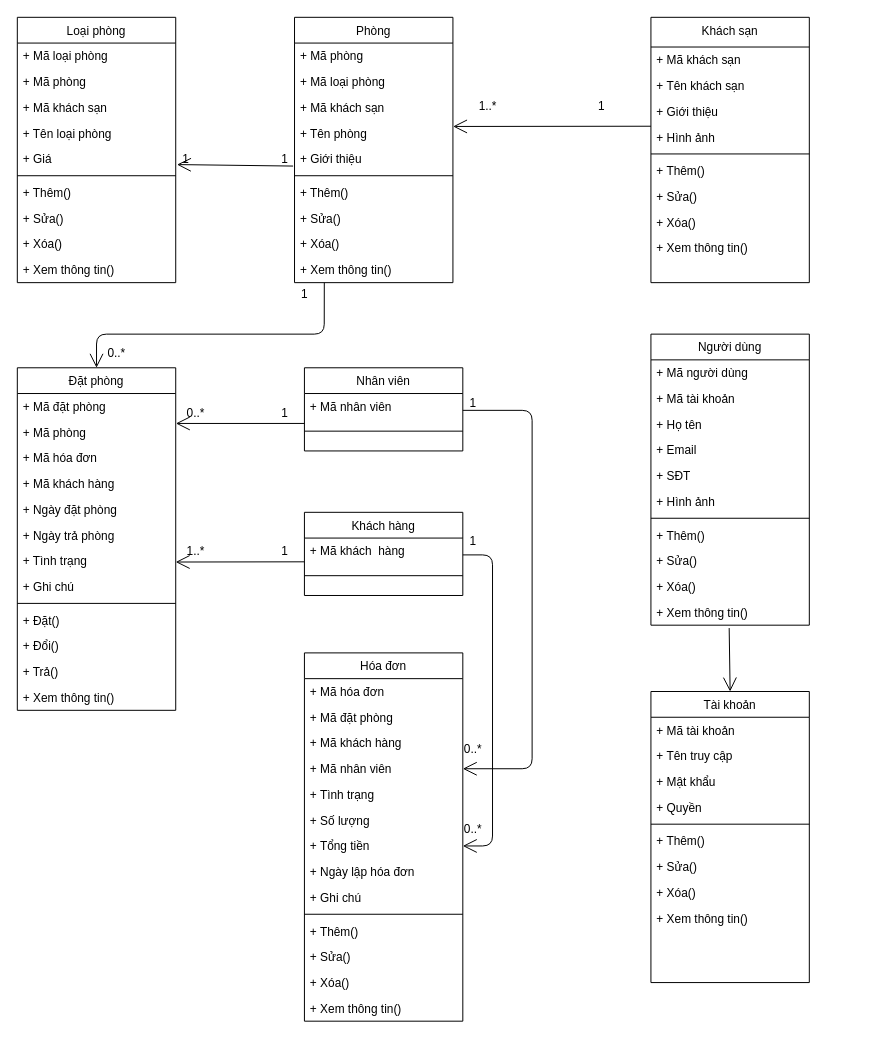
sil-main-coo/classrooms_manager keeps this draw.io diagram as QLKS.drawio. Above is the earlier version. Source tidied: cells renumbered, new cells numbered last; positions are measured from the earlier drawing's top-left corner, leaving out a move shared by most shapes. Both pictures are drawn from the tidied source at 99%, with x=0, y=0 at pixel (17, 17).
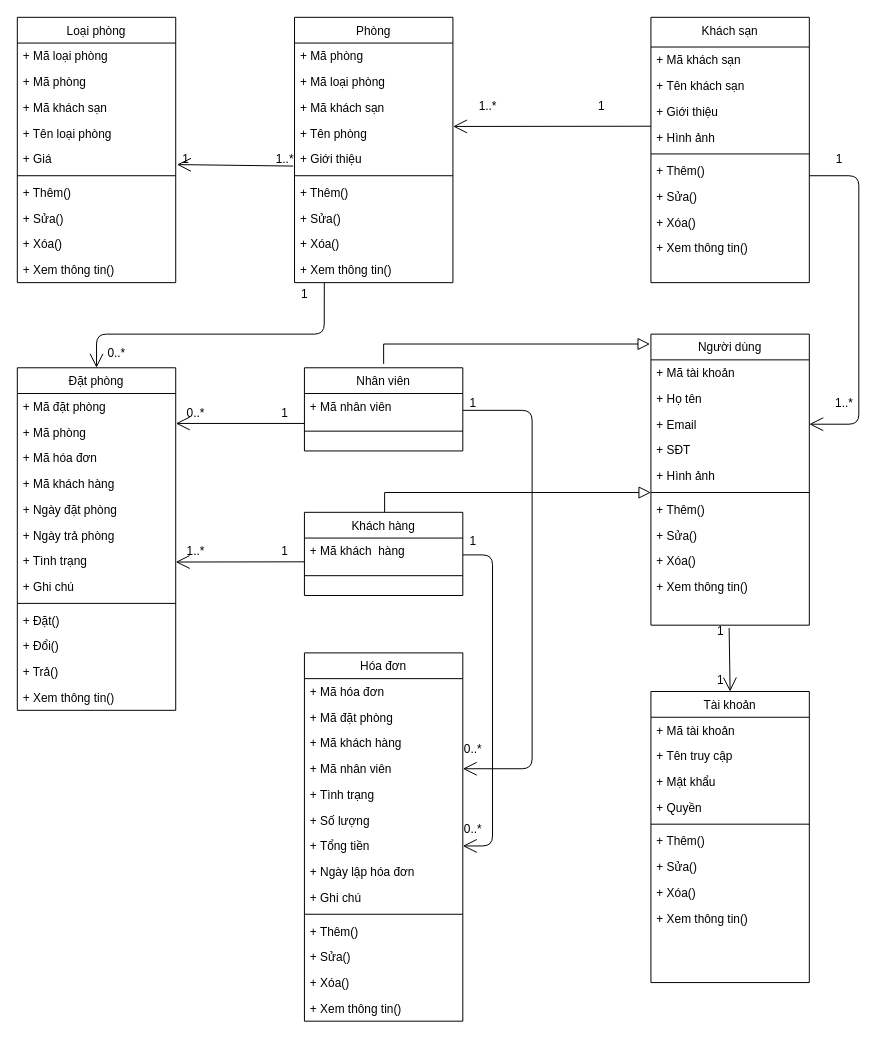
Above is the later version.

The change refers to these unchanged cells:
```xml
<mxCell id="49" value="Người dùng" style="swimlane;fontStyle=0;align=center;verticalAlign=top;horizontal=1;startSize=26;rounded=0;shadow=0;strokeWidth=1;" parent="1" vertex="1">
  <mxGeometry x="640" y="320" width="160" height="294" as="geometry" />
</mxCell>
<mxCell id="75" value="Tài khoản" style="swimlane;fontStyle=0;align=center;verticalAlign=top;horizontal=1;startSize=26;rounded=0;shadow=0;strokeWidth=1;" parent="1" vertex="1">
  <mxGeometry x="640" y="681" width="160" height="294" as="geometry" />
</mxCell>
```

What changed in the source:
```diff
@@
-    <mxCell id="50" value="+ Mã người dùng" style="text;align=left;verticalAlign=top;spacingLeft=4;spacingRight=4;overflow=hidden;" parent="49" vertex="1">
-      <mxGeometry y="26" width="160" height="26" as="geometry" />
-    </mxCell>
     <mxCell id="51" value="+ Mã tài khoản" style="text;align=left;verticalAlign=top;spacingLeft=4;spacingRight=4;overflow=hidden;" parent="49" vertex="1">
-      <mxGeometry y="52" width="160" height="26" as="geometry" />
+      <mxGeometry y="26" width="160" height="26" as="geometry" />
     </mxCell>
     <mxCell id="52" value="+ Họ tên" style="text;align=left;verticalAlign=top;spacingLeft=4;spacingRight=4;overflow=hidden;" parent="49" vertex="1">
-      <mxGeometry y="78" width="160" height="26" as="geometry" />
+      <mxGeometry y="52" width="160" height="26" as="geometry" />
     </mxCell>
     <mxCell id="53" value="+ Email" style="text;align=left;verticalAlign=top;spacingLeft=4;spacingRight=4;overflow=hidden;points=[[0,0.5],[1,0.5]];portConstraint=eastwest;rounded=0;shadow=0;html=0;" parent="49" vertex="1">
-      <mxGeometry y="104" width="160" height="26" as="geometry" />
+      <mxGeometry y="78" width="160" height="26" as="geometry" />
     </mxCell>
     <mxCell id="54" value="+ SĐT" style="text;align=left;verticalAlign=top;spacingLeft=4;spacingRight=4;overflow=hidden;rounded=0;shadow=0;html=0;" parent="49" vertex="1">
-      <mxGeometry y="130" width="160" height="26" as="geometry" />
+      <mxGeometry y="104" width="160" height="26" as="geometry" />
     </mxCell>
     <mxCell id="55" value="+ Hình ảnh" style="text;align=left;verticalAlign=top;spacingLeft=4;spacingRight=4;overflow=hidden;rounded=0;shadow=0;html=0;" parent="49" vertex="1">
-      <mxGeometry y="156" width="160" height="26" as="geometry" />
+      <mxGeometry y="130" width="160" height="26" as="geometry" />
     </mxCell>
     <mxCell id="56" style="line;html=1;strokeWidth=1;align=left;verticalAlign=middle;spacingTop=-1;spacingLeft=3;spacingRight=3;labelPosition=right;" parent="49" vertex="1">
-      <mxGeometry y="182" width="160" height="8" as="geometry" />
+      <mxGeometry y="156" width="160" height="8" as="geometry" />
     </mxCell>
     <mxCell id="57" value="+ Thêm()" style="text;align=left;verticalAlign=top;spacingLeft=4;spacingRight=4;overflow=hidden;" parent="49" vertex="1">
-      <mxGeometry y="190" width="160" height="26" as="geometry" />
+      <mxGeometry y="164" width="160" height="26" as="geometry" />
     </mxCell>
     <mxCell id="58" value="+ Sửa()" style="text;align=left;verticalAlign=top;spacingLeft=4;spacingRight=4;overflow=hidden;" parent="49" vertex="1">
-      <mxGeometry y="216" width="160" height="26" as="geometry" />
+      <mxGeometry y="190" width="160" height="26" as="geometry" />
     </mxCell>
     <mxCell id="59" value="+ Xóa()" style="text;align=left;verticalAlign=top;spacingLeft=4;spacingRight=4;overflow=hidden;" parent="49" vertex="1">
-      <mxGeometry y="242" width="160" height="26" as="geometry" />
+      <mxGeometry y="216" width="160" height="26" as="geometry" />
     </mxCell>
     <mxCell id="60" value="+ Xem thông tin()" style="text;align=left;verticalAlign=top;spacingLeft=4;spacingRight=4;overflow=hidden;points=[[0,0.5],[1,0.5]];portConstraint=eastwest;" parent="49" vertex="1">
-      <mxGeometry y="268" width="160" height="26" as="geometry" />
+      <mxGeometry y="242" width="160" height="26" as="geometry" />
     </mxCell>
@@
-    <mxCell id="95" value="1" style="text;html=1;align=center;verticalAlign=middle;strokeColor=none;fontColor=#000000;" parent="1" vertex="1">
-      <mxGeometry x="260" y="134" width="20" height="20" as="geometry" />
+    <mxCell id="95" value="1..*" style="text;html=1;align=center;verticalAlign=middle;strokeColor=none;fontColor=#000000;" parent="1" vertex="1">
+      <mxGeometry x="255" y="134" width="30" height="20" as="geometry" />
     </mxCell>
@@
-    <mxCell id="101" style="endArrow=open;endFill=1;endSize=12;html=1;labelBackgroundColor=#FF0000;fontColor=#000000;entryX=0.5;entryY=0;entryDx=0;entryDy=0;exitX=0.494;exitY=1.112;exitDx=0;exitDy=0;exitPerimeter=0;" parent="1" edge="1" source="60" target="75">
+    <mxCell id="101" style="endArrow=open;endFill=1;endSize=12;html=1;labelBackgroundColor=#FF0000;fontColor=#000000;entryX=0.5;entryY=0;entryDx=0;entryDy=0;exitX=0.95;exitY=0.345;exitDx=0;exitDy=0;exitPerimeter=0;" parent="1" edge="1" source="114" target="75">
       <mxGeometry relative="1" as="geometry" />
     </mxCell>
@@
+    <mxCell id="114" value="1" style="text;html=1;align=center;verticalAlign=middle;points=[];strokeColor=none;fontColor=#000000;" parent="1" vertex="1">
+      <mxGeometry x="700" y="610" width="20" height="20" as="geometry" />
+    </mxCell>
+    <mxCell id="115" value="1" style="text;html=1;align=center;verticalAlign=middle;strokeColor=none;fontColor=#000000;" parent="1" vertex="1">
+      <mxGeometry x="700" y="660" width="20" height="20" as="geometry" />
+    </mxCell>
+    <mxCell id="116" style="endArrow=block;endSize=10;endFill=0;shadow=0;strokeWidth=1;rounded=0;edgeStyle=elbowEdgeStyle;elbow=vertical;entryX=-0.006;entryY=0.031;entryDx=0;entryDy=0;entryPerimeter=0;" parent="1" edge="1" target="49">
+      <mxGeometry relative="1" as="geometry">
+        <mxPoint x="370" y="350" as="sourcePoint" />
+        <Array as="points">
+          <mxPoint x="510" y="330" />
+        </Array>
+      </mxGeometry>
+    </mxCell>
+    <mxCell id="117" style="endArrow=block;endSize=10;endFill=0;shadow=0;strokeWidth=1;rounded=0;edgeStyle=elbowEdgeStyle;elbow=vertical;entryX=-0.006;entryY=0.031;entryDx=0;entryDy=0;entryPerimeter=0;" parent="1" edge="1">
+      <mxGeometry relative="1" as="geometry">
+        <mxPoint x="371" y="500" as="sourcePoint" />
+        <mxPoint x="640" y="479.1" as="targetPoint" />
+        <Array as="points">
+          <mxPoint x="511" y="480" />
+        </Array>
+      </mxGeometry>
+    </mxCell>
+    <mxCell id="118" style="endArrow=open;endFill=1;endSize=12;html=1;labelBackgroundColor=#FF0000;fontColor=#000000;entryX=1;entryY=0.5;entryDx=0;entryDy=0;" parent="1" edge="1" target="53">
+      <mxGeometry relative="1" as="geometry">
+        <mxPoint x="800" y="160" as="sourcePoint" />
+        <Array as="points">
+          <mxPoint x="850" y="160" />
+          <mxPoint x="850" y="411" />
+        </Array>
+      </mxGeometry>
+    </mxCell>
+    <mxCell id="119" value="1" style="text;html=1;align=center;verticalAlign=middle;strokeColor=none;fontColor=#000000;" parent="1" vertex="1">
+      <mxGeometry x="820" y="134" width="20" height="20" as="geometry" />
+    </mxCell>
+    <mxCell id="120" value="1..*" style="text;html=1;align=center;verticalAlign=middle;strokeColor=none;fontColor=#000000;" parent="1" vertex="1">
+      <mxGeometry x="820" y="380" width="30" height="20" as="geometry" />
+    </mxCell>
```
